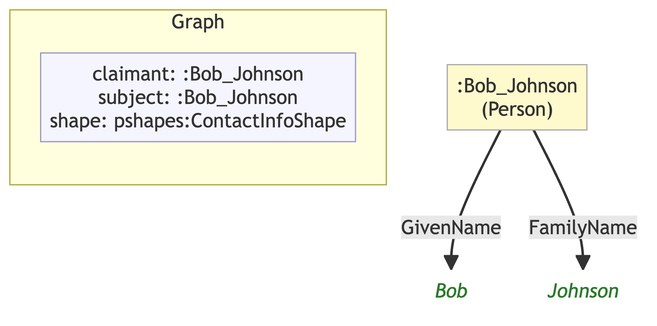
MeeFoundation/mia-ontologies keeps this Mermaid diagram as example/graphs/images/graph-03.png. Above is the earlier version. Its source is kept beside it as example/graphs/images/graph-03.mmd.
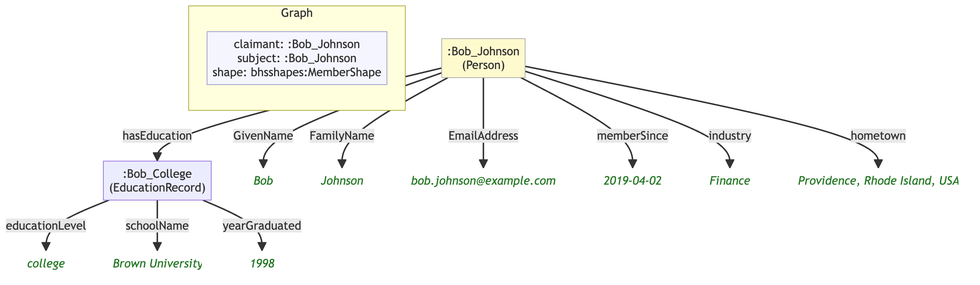
Later version of the same file.

Diff of the diagram source:
```diff
@@ -7,12 +7,28 @@
 
     subgraph ctx["Graph"]
         direction LR
-        ctx_meta["claimant: :Bob_Johnson\nsubject: :Bob_Johnson\nshape: pshapes:ContactInfoShape"]:::meta
+        ctx_meta["claimant: :Bob_Johnson\nsubject: :Bob_Johnson\nshape: bhsshapes:MemberShape"]:::meta
     end
 
+    n0699203bf0c8[":Bob_College\n(EducationRecord)"]
+    n97d212577de9("college"):::lit
+    n24ed84422da3("Brown University"):::lit
+    n0c786a8253ba("1998"):::lit
     ncec7d6304e56[":Bob_Johnson\n(Person)"]:::person
-    n1830fcdcbd21("Bob"):::lit
-    n15f83b24f95b("Johnson"):::lit
+    n94853aa883da("Bob"):::lit
+    n509384f962be("Johnson"):::lit
+    n73b0fb556cba("bob.johnson@example.com"):::lit
+    nc32061e1c940("2019-04-02"):::lit
+    n4c6d84778b68("Finance"):::lit
+    nd935a647c06b("Providence, Rhode Island, USA"):::lit
 
-    ncec7d6304e56 -->|"GivenName"| n1830fcdcbd21
-    ncec7d6304e56 -->|"FamilyName"| n15f83b24f95b
+    n0699203bf0c8 -->|"educationLevel"| n97d212577de9
+    n0699203bf0c8 -->|"schoolName"| n24ed84422da3
+    n0699203bf0c8 -->|"yearGraduated"| n0c786a8253ba
+    ncec7d6304e56 -->|"GivenName"| n94853aa883da
+    ncec7d6304e56 -->|"FamilyName"| n509384f962be
+    ncec7d6304e56 -->|"EmailAddress"| n73b0fb556cba
+    ncec7d6304e56 -->|"memberSince"| nc32061e1c940
+    ncec7d6304e56 -->|"industry"| n4c6d84778b68
+    ncec7d6304e56 -->|"hometown"| nd935a647c06b
+    ncec7d6304e56 -->|"hasEducation"| n0699203bf0c8
```
